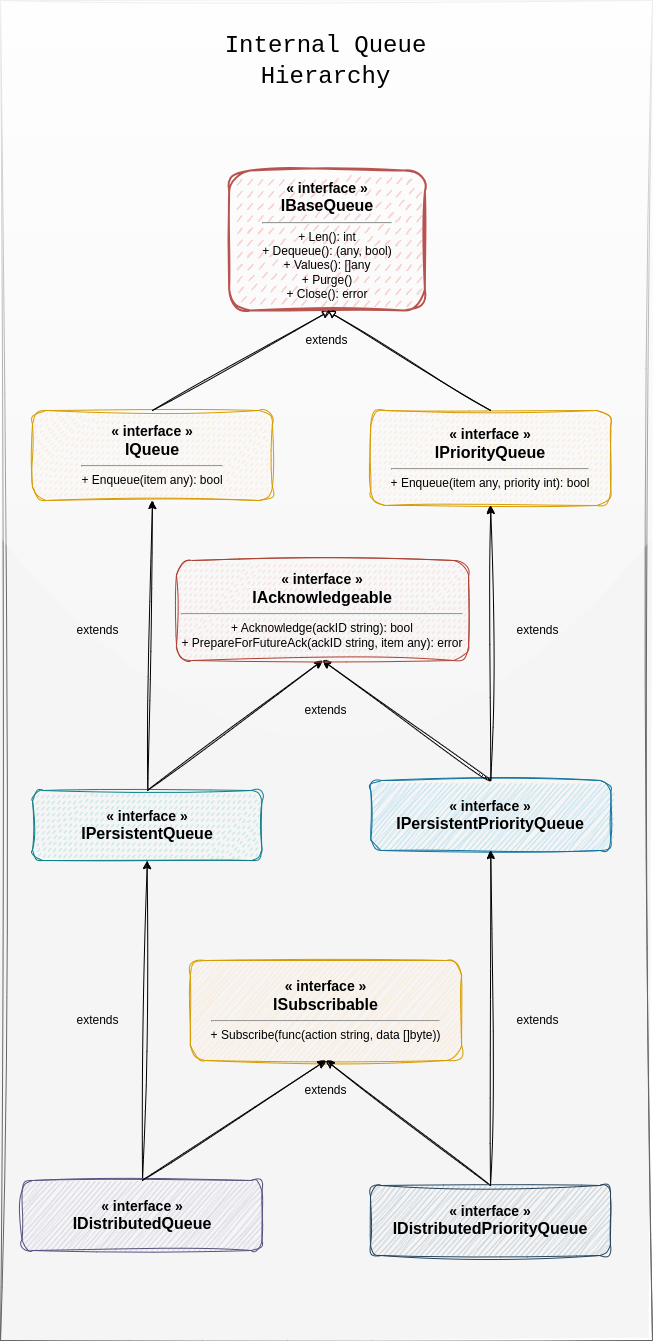
Before: interface.drawio.png, a diagram exported from draw.io (goptics/varmq). Source tidied: cells renumbered, new cells last; positions are measured from the earlier drawing's top-left corner, leaving out a move shared by most shapes.
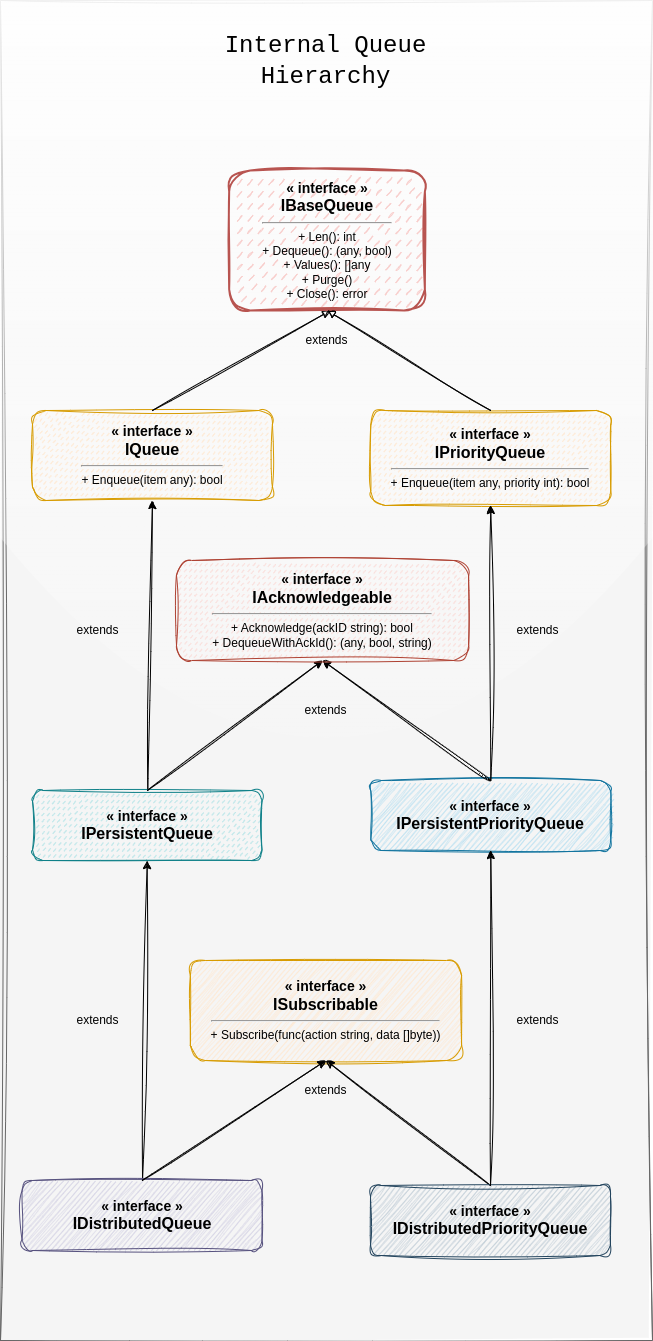
The same file after the commit.

Commit message:
Update interface architecture diagram

Change to the diagram source:
```diff
@@ -76,7 +76,7 @@
     <mxCell id="25" style="edgeStyle=none;html=1;entryX=0.5;entryY=1;entryDx=0;entryDy=0;sketch=1;curveFitting=1;jiggle=2;" parent="2" edge="1" source="8" target="22">
       <mxGeometry relative="1" as="geometry" />
     </mxCell>
-    <mxCell id="26" value="&lt;b&gt;&lt;font style=&quot;font-size: 14px;&quot;&gt;« interface »&lt;/font&gt;&lt;/b&gt;&lt;br&gt;&lt;b&gt;&lt;font style=&quot;font-size: 16px;&quot;&gt;IAcknowledgeable&lt;/font&gt;&lt;/b&gt;&lt;hr&gt;+ Acknowledge(ackID string): bool&lt;br&gt;+ PrepareForFutureAck(ackID string, item any): error" style="rounded=1;whiteSpace=wrap;html=1;fillColor=#fad9d5;strokeColor=#ae4132;shadow=0;sketch=1;glass=0;fontSize=12;fontFamily=Helvetica;curveFitting=1;jiggle=2;fillStyle=dashed;strokeWidth=1;" parent="2" vertex="1">
+    <mxCell id="26" value="&lt;b&gt;&lt;font style=&quot;font-size: 14px;&quot;&gt;« interface »&lt;/font&gt;&lt;/b&gt;&lt;br&gt;&lt;b&gt;&lt;font style=&quot;font-size: 16px;&quot;&gt;IAcknowledgeable&lt;/font&gt;&lt;/b&gt;&lt;hr&gt;+ Acknowledge(ackID string): bool&lt;br&gt;+ DequeueWithAckId(): (any, bool, string)" style="rounded=1;whiteSpace=wrap;html=1;fillColor=#fad9d5;strokeColor=#ae4132;shadow=0;sketch=1;glass=0;fontSize=12;fontFamily=Helvetica;curveFitting=1;jiggle=2;fillStyle=dashed;strokeWidth=1;" parent="2" vertex="1">
       <mxGeometry x="176" y="560" width="292.1" height="100" as="geometry" />
     </mxCell>
     <mxCell id="27" value="&lt;b&gt;&lt;font style=&quot;font-size: 14px;&quot;&gt;« interface »&lt;/font&gt;&lt;/b&gt;&lt;br&gt;&lt;b&gt;&lt;font style=&quot;font-size: 16px;&quot;&gt;IDistributedQueue&lt;/font&gt;&lt;/b&gt;" style="rounded=1;whiteSpace=wrap;html=1;fillColor=#d0cee2;strokeColor=#56517e;shadow=0;sketch=1;glass=0;fontSize=12;fontFamily=Helvetica;curveFitting=1;jiggle=2;" parent="2" vertex="1">
```
